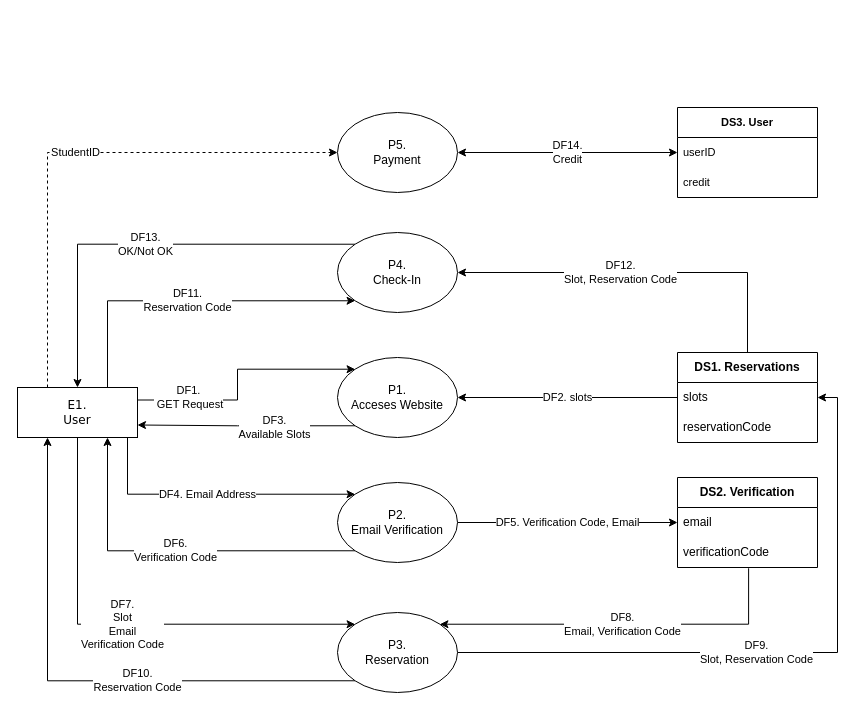
This is page "Complete DFD" (1 of 6) of PETS/PETS_Project1_DFD.drawio from Tobi2K/diagrams.net, a draw.io file, before an edit. Source tidied: cells renumbered, new cells numbered last; positions are measured from the earlier drawing's top-left corner, leaving out a move shared by most shapes. Both pictures are drawn from the tidied source at 100%, with x=0, y=0 at pixel (17, 107).
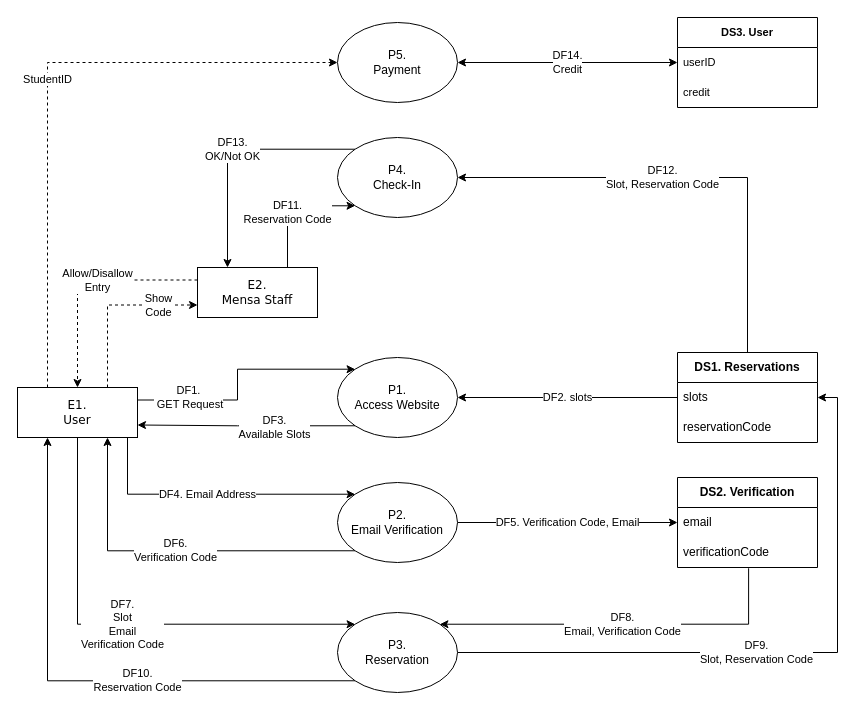
The same page after the edit.

Unchanged cells that the change refers to:
```xml
<mxCell id="7" value="&lt;div&gt;E1. &lt;br&gt;&lt;/div&gt;&lt;div&gt;User&lt;/div&gt;" style="whiteSpace=wrap;html=1;rounded=0;shadow=0;comic=0;labelBackgroundColor=none;strokeWidth=1;fontFamily=Verdana;fontSize=12;align=center;" parent="1" vertex="1">
  <mxGeometry y="280" width="120" height="50" as="geometry" />
</mxCell>
```

The edit, as a diff of the source:
```diff
@@
-    <mxCell id="4" value="&lt;div&gt;DF11. &lt;br&gt;&lt;/div&gt;&lt;div&gt;Reservation Code&lt;br&gt;&lt;/div&gt;" style="edgeStyle=orthogonalEdgeStyle;rounded=0;jettySize=auto;html=1;exitX=0.75;exitY=0;exitDx=0;exitDy=0;entryX=0;entryY=1;entryDx=0;entryDy=0;" parent="1" edge="1" source="7" target="19">
-      <mxGeometry relative="1" as="geometry">
-        <Array as="points">
-          <mxPoint x="90" y="193" />
-        </Array>
-      </mxGeometry>
-    </mxCell>
@@
+    <mxCell id="32" value="Show&lt;br&gt;Code" style="edgeStyle=orthogonalEdgeStyle;rounded=0;jettySize=auto;html=1;exitX=0.75;exitY=0;exitDx=0;exitDy=0;entryX=0;entryY=0.75;entryDx=0;entryDy=0;dashed=1;" parent="1" edge="1" source="7" target="35">
+      <mxGeometry x="0.54" relative="1" as="geometry" />
+    </mxCell>
@@
-    <mxCell id="8" value="&lt;div&gt;P1. &lt;br&gt;&lt;/div&gt;&lt;div&gt;Acceses Website&lt;/div&gt;" style="ellipse;whiteSpace=wrap;html=1;" parent="1" vertex="1">
+    <mxCell id="8" value="&lt;div&gt;P1. &lt;br&gt;&lt;/div&gt;&lt;div&gt;Access Website&lt;/div&gt;" style="ellipse;whiteSpace=wrap;html=1;" parent="1" vertex="1">
       <mxGeometry x="320" y="250" width="120" height="80" as="geometry" />
     </mxCell>
@@
-    <mxCell id="18" value="&lt;div&gt;DF13.&lt;/div&gt;&lt;div&gt;OK/Not OK&lt;/div&gt;" style="edgeStyle=orthogonalEdgeStyle;rounded=0;jettySize=auto;html=1;exitX=0;exitY=0;exitDx=0;exitDy=0;entryX=0.5;entryY=0;entryDx=0;entryDy=0;" parent="1" edge="1" source="19" target="7">
+    <mxCell id="18" value="&lt;div&gt;DF13.&lt;/div&gt;&lt;div&gt;OK/Not OK&lt;/div&gt;" style="edgeStyle=orthogonalEdgeStyle;rounded=0;jettySize=auto;html=1;exitX=0;exitY=0;exitDx=0;exitDy=0;entryX=0.25;entryY=0;entryDx=0;entryDy=0;" parent="1" edge="1" source="19" target="35">
       <mxGeometry relative="1" as="geometry" />
     </mxCell>
     <mxCell id="19" value="&lt;div&gt;P4.&lt;/div&gt;&lt;div&gt;Check-In&lt;/div&gt;" style="ellipse;whiteSpace=wrap;html=1;" parent="1" vertex="1">
-      <mxGeometry x="320" y="125" width="120" height="80" as="geometry" />
+      <mxGeometry x="320" y="30" width="120" height="80" as="geometry" />
     </mxCell>
     <mxCell id="20" value="&lt;div&gt;P5.&lt;/div&gt;&lt;div&gt;Payment&lt;br&gt;&lt;/div&gt;" style="ellipse;whiteSpace=wrap;html=1;" parent="1" vertex="1">
-      <mxGeometry x="320" y="5" width="120" height="80" as="geometry" />
+      <mxGeometry x="320" y="-85" width="120" height="80" as="geometry" />
     </mxCell>
@@
     <mxCell id="29" value="&lt;b&gt;DS3. User&lt;br&gt;&lt;/b&gt;" style="swimlane;fontStyle=0;horizontal=1;startSize=30;whiteSpace=wrap;html=1;fontSize=11;" parent="1" vertex="1">
-      <mxGeometry x="660" width="140" height="90" as="geometry" />
+      <mxGeometry x="660" y="-90" width="140" height="90" as="geometry" />
     </mxCell>
@@
+    <mxCell id="33" style="edgeStyle=orthogonalEdgeStyle;rounded=0;jettySize=auto;html=1;exitX=0.75;exitY=0;exitDx=0;exitDy=0;entryX=0;entryY=1;entryDx=0;entryDy=0;" parent="1" edge="1" source="35" target="19">
+      <mxGeometry relative="1" as="geometry">
+        <Array as="points">
+          <mxPoint x="270" y="98" />
+        </Array>
+      </mxGeometry>
+    </mxCell>
+    <mxCell id="4" value="&lt;div&gt;DF11. &lt;br&gt;&lt;/div&gt;&lt;div&gt;Reservation Code&lt;br&gt;&lt;/div&gt;" style="edgeLabel;html=1;align=center;verticalAlign=middle;" parent="33" vertex="1">
+      <mxGeometry x="-0.13" y="1" relative="1" as="geometry" />
+    </mxCell>
+    <mxCell id="34" value="&lt;div&gt;Allow/Disallow&lt;/div&gt;&lt;div&gt;Entry&lt;/div&gt;" style="edgeStyle=orthogonalEdgeStyle;rounded=0;jettySize=auto;html=1;exitX=0;exitY=0.25;exitDx=0;exitDy=0;entryX=0.5;entryY=0;entryDx=0;entryDy=0;dashed=1;" parent="1" edge="1" source="35" target="7">
+      <mxGeometry x="-0.12" relative="1" as="geometry" />
+    </mxCell>
+    <mxCell id="35" value="&lt;div&gt;E2. &lt;br&gt;&lt;/div&gt;&lt;div&gt;Mensa Staff&lt;/div&gt;" style="whiteSpace=wrap;html=1;rounded=0;shadow=0;comic=0;labelBackgroundColor=none;strokeWidth=1;fontFamily=Verdana;fontSize=12;align=center;" parent="1" vertex="1">
+      <mxGeometry x="180" y="160" width="120" height="50" as="geometry" />
+    </mxCell>
```
